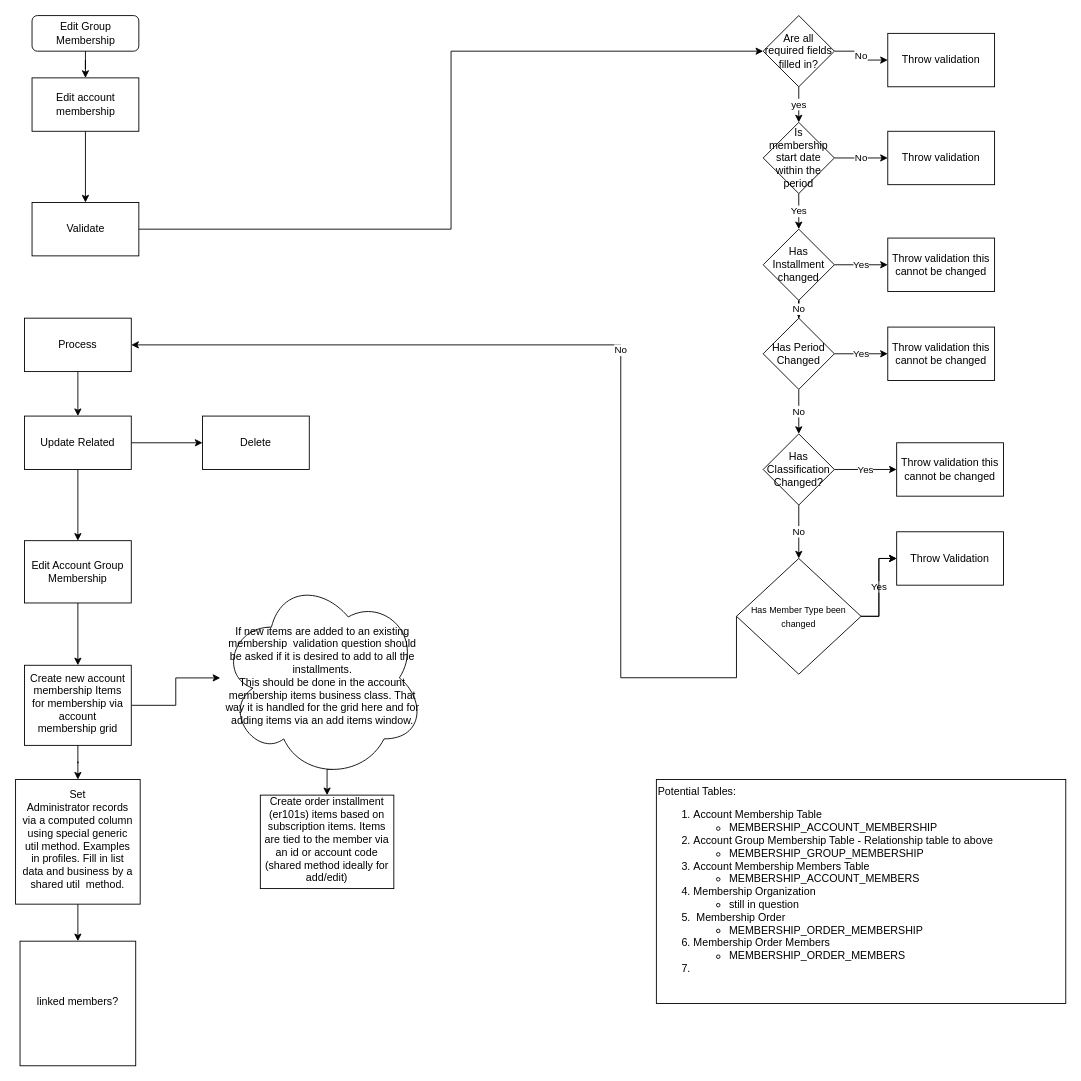
shelbyharris/Membership keeps this draw.io diagram as MembershipEditGroupWorkflow.drawio. Above is the earlier version. Source tidied: cells renumbered, new cells numbered last; positions are measured from the earlier drawing's top-left corner, leaving out a move shared by most shapes. Both pictures are drawn from the tidied source at 89%, with x=0, y=0 at pixel (15, 15).
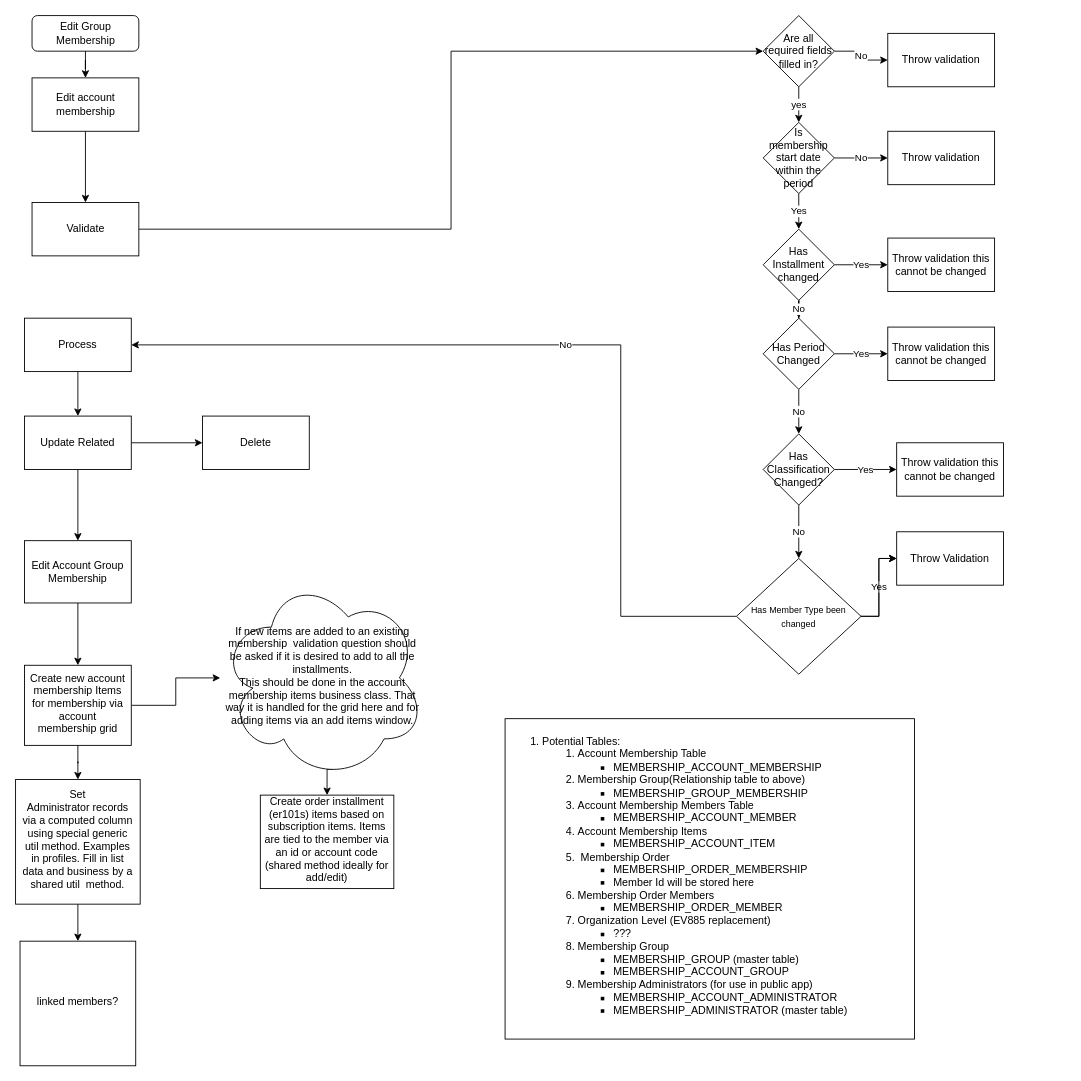
The same diagram, later.

Unchanged cells that the change refers to:
```xml
<mxCell id="24" value="Process" style="whiteSpace=wrap;html=1;rounded=0;" parent="1" vertex="1">
  <mxGeometry x="10" y="340" width="120" height="60" as="geometry" />
</mxCell>
<mxCell id="29" value="&lt;span style=&quot;font-size: 10px&quot;&gt;Has Member Type been changed&lt;/span&gt;" style="rhombus;whiteSpace=wrap;html=1;rounded=0;" parent="1" vertex="1">
  <mxGeometry x="810" y="610" width="140" height="130" as="geometry" />
</mxCell>
```

Change to the diagram source:
```diff
@@
     <mxCell id="19" value="No" style="edgeStyle=orthogonalEdgeStyle;rounded=0;jettySize=auto;html=1;entryX=1;entryY=0.5;entryDx=0;entryDy=0;exitX=0;exitY=0.5;exitDx=0;exitDy=0;" parent="1" edge="1" source="29" target="24">
       <mxGeometry x="0.01" relative="1" as="geometry">
         <Array as="points">
-          <mxPoint x="680" y="744" />
+          <mxPoint x="680" y="675" />
           <mxPoint x="680" y="370" />
         </Array>
       </mxGeometry>
     </mxCell>
@@
-    <mxCell id="49" value="Potential Tables:&lt;br&gt;&lt;ol&gt;&lt;li&gt;Account Membership Table&lt;br&gt;&lt;/li&gt;&lt;ul&gt;&lt;li&gt;&lt;span&gt;MEMBERSHIP_ACCOUNT_MEMBERSHIP&lt;/span&gt;&lt;/li&gt;&lt;/ul&gt;&lt;li&gt;Account Group Membership Table - Relationship table to above&lt;/li&gt;&lt;ul&gt;&lt;li&gt;&lt;span&gt;MEMBERSHIP_GROUP_MEMBERSHIP&lt;/span&gt;&lt;/li&gt;&lt;/ul&gt;&lt;li&gt;Account Membership Members Table&lt;/li&gt;&lt;ul&gt;&lt;li&gt;&lt;span&gt;MEMBERSHIP_ACCOUNT_MEMBERS&lt;/span&gt;&lt;/li&gt;&lt;/ul&gt;&lt;li&gt;Membership Organization&lt;/li&gt;&lt;ul&gt;&lt;li&gt;&lt;span&gt;still in question&lt;/span&gt;&lt;/li&gt;&lt;/ul&gt;&lt;li&gt;&amp;nbsp;Membership Order&lt;/li&gt;&lt;ul&gt;&lt;li&gt;&lt;span&gt;MEMBERSHIP_ORDER_MEMBERSHIP&lt;/span&gt;&lt;/li&gt;&lt;/ul&gt;&lt;li&gt;Membership Order Members&lt;/li&gt;&lt;ul&gt;&lt;li&gt;&lt;span&gt;MEMBERSHIP_ORDER_MEMBERS&lt;/span&gt;&lt;/li&gt;&lt;/ul&gt;&lt;li&gt;&lt;br&gt;&lt;/li&gt;&lt;/ol&gt;" style="rounded=0;whiteSpace=wrap;html=1;align=left;horizontal=1;verticalAlign=top;" parent="1" vertex="1">
-      <mxGeometry x="720" y="858.4" width="460" height="251.6" as="geometry" />
-    </mxCell>
@@
+    <mxCell id="51" value="&lt;ol&gt;&lt;li&gt;Potential Tables:&lt;br&gt;&lt;ol&gt;&lt;li&gt;Account Membership Table&lt;br&gt;&lt;/li&gt;&lt;ul&gt;&lt;li&gt;MEMBERSHIP_ACCOUNT_MEMBERSHIP&lt;/li&gt;&lt;/ul&gt;&lt;li&gt;Membership Group(Relationship table to above)&lt;/li&gt;&lt;ul&gt;&lt;li&gt;MEMBERSHIP_GROUP_MEMBERSHIP&lt;/li&gt;&lt;/ul&gt;&lt;li&gt;Account Membership Members Table&lt;/li&gt;&lt;ul&gt;&lt;li&gt;MEMBERSHIP_ACCOUNT_MEMBER&lt;/li&gt;&lt;/ul&gt;&lt;li&gt;Account Membership Items&lt;/li&gt;&lt;ul&gt;&lt;li&gt;MEMBERSHIP_ACCOUNT_ITEM&lt;/li&gt;&lt;/ul&gt;&lt;li&gt;&amp;nbsp;Membership Order&lt;/li&gt;&lt;ul&gt;&lt;li&gt;MEMBERSHIP_ORDER_MEMBERSHIP&lt;/li&gt;&lt;li&gt;Member Id will be stored here&lt;/li&gt;&lt;/ul&gt;&lt;li&gt;Membership Order Members&lt;/li&gt;&lt;ul&gt;&lt;li&gt;MEMBERSHIP_ORDER_MEMBER&lt;/li&gt;&lt;/ul&gt;&lt;li&gt;Organization Level (EV885 replacement)&lt;/li&gt;&lt;ul&gt;&lt;li&gt;???&lt;/li&gt;&lt;/ul&gt;&lt;li&gt;Membership Group&lt;/li&gt;&lt;ul&gt;&lt;li&gt;MEMBERSHIP_GROUP (master table)&lt;/li&gt;&lt;li&gt;MEMBERSHIP_ACCOUNT_GROUP&lt;/li&gt;&lt;/ul&gt;&lt;li&gt;Membership Administrators (for use in public app)&lt;/li&gt;&lt;ul&gt;&lt;li&gt;MEMBERSHIP_ACCOUNT_ADMINISTRATOR&lt;/li&gt;&lt;li&gt;MEMBERSHIP_ADMINISTRATOR (master table)&lt;/li&gt;&lt;/ul&gt;&lt;/ol&gt;&lt;/li&gt;&lt;/ol&gt;" style="rounded=0;whiteSpace=wrap;html=1;align=left;horizontal=1;verticalAlign=top;" parent="1" vertex="1">
+      <mxGeometry x="550" y="790" width="460" height="360" as="geometry" />
+    </mxCell>
```
